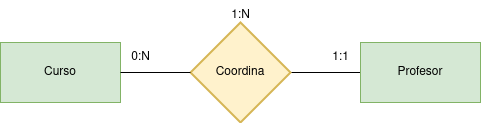
Above: tareas 1/Ejercicio calificable docente (MR-2).drawio.png in GermanOjeda/base-datos (draw.io), before the change. Source tidied: cells renumbered, new cells last; positions are measured from the earlier drawing's top-left corner, leaving out a move shared by most shapes.
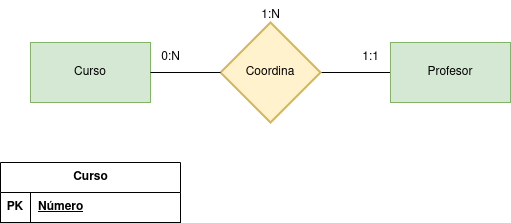
After the change.

The edit, as a diff of the source:
```diff
@@ -26,5 +26,17 @@
     <mxCell id="9" value="1:N" style="text;html=1;align=center;verticalAlign=middle;strokeColor=none;fillColor=none;" parent="1" vertex="1">
       <mxGeometry x="220" width="40" height="30" as="geometry" />
     </mxCell>
+    <mxCell id="10" value="Curso" style="shape=table;startSize=30;rowLines=0;fontStyle=1;align=center;html=1;" parent="1" vertex="1">
+      <mxGeometry x="-30" y="162" width="180" height="60" as="geometry" />
+    </mxCell>
+    <mxCell id="11" style="shape=tableRow;horizontal=0;startSize=0;swimlaneHead=0;swimlaneBody=0;fillColor=none;top=0;left=0;right=0;bottom=1;" parent="10" vertex="1">
+      <mxGeometry y="30" width="180" height="30" as="geometry" />
+    </mxCell>
+    <mxCell id="12" value="PK" style="shape=partialRectangle;fillColor=none;top=0;left=0;bottom=0;right=0;fontStyle=1;overflow=hidden;whiteSpace=wrap;html=1;" parent="11" vertex="1">
+      <mxGeometry width="30" height="30" as="geometry" />
+    </mxCell>
+    <mxCell id="13" value="Número" style="shape=partialRectangle;fillColor=none;top=0;left=0;bottom=0;right=0;align=left;spacingLeft=6;fontStyle=5;overflow=hidden;whiteSpace=wrap;html=1;" parent="11" vertex="1">
+      <mxGeometry x="30" width="150" height="30" as="geometry" />
+    </mxCell>
   </root>
 </mxGraphModel>
```
